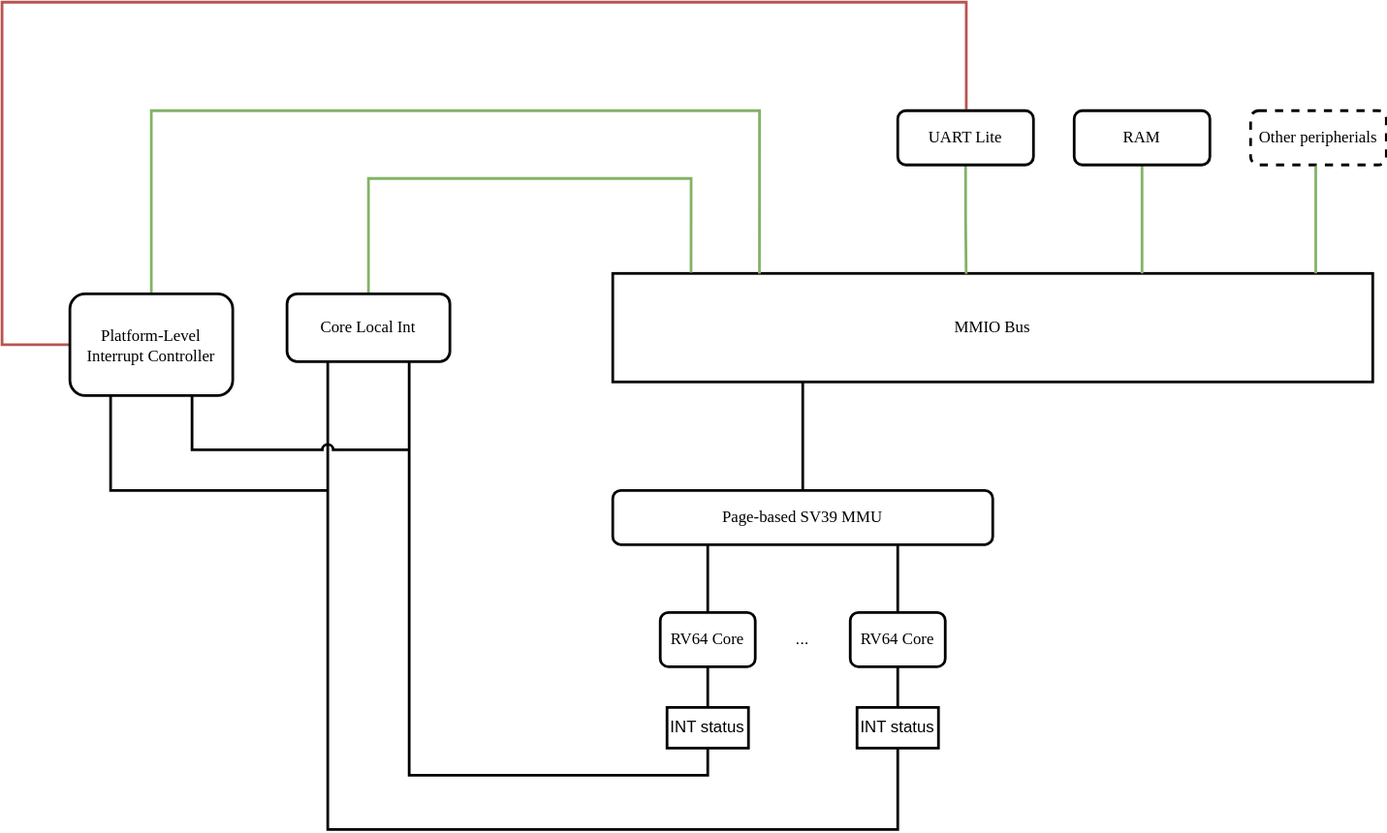
Earlier version of the draw.io export me-emu.svg (DreamChaser-luzeyu/M-EMU). Source tidied: cells renumbered, new cells last; positions are measured from the earlier drawing's top-left corner, leaving out a move shared by most shapes.
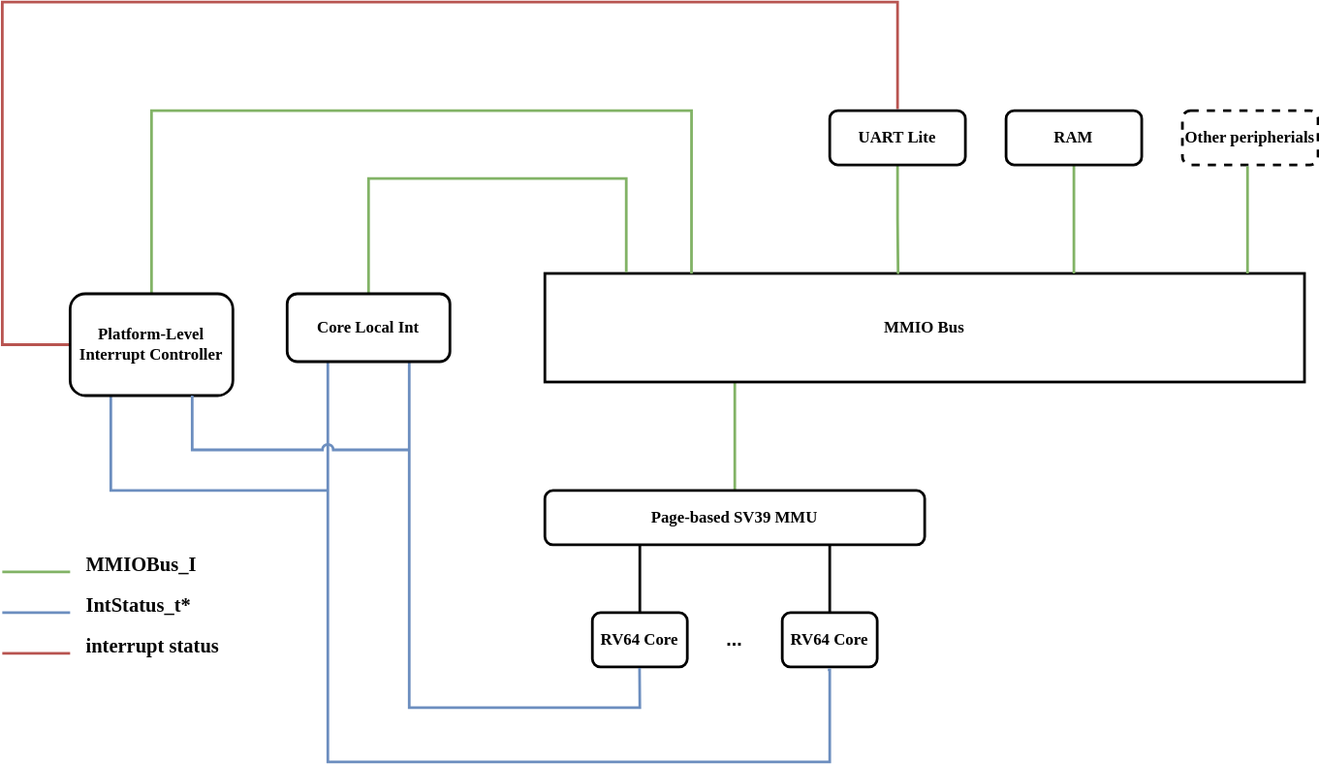
After the commit.

Change to the diagram source:
```diff
@@ -2,104 +2,103 @@
   <root>
     <mxCell id="0" />
     <mxCell id="1" parent="0" />
-    <mxCell id="2" style="edgeStyle=orthogonalEdgeStyle;rounded=0;jettySize=auto;html=1;exitX=0.25;exitY=1;exitDx=0;exitDy=0;endArrow=none;endFill=0;strokeWidth=2;" parent="1" edge="1" source="3" target="4">
+    <mxCell id="2" style="edgeStyle=orthogonalEdgeStyle;rounded=0;jettySize=auto;html=1;exitX=0.25;exitY=1;exitDx=0;exitDy=0;endArrow=none;endFill=0;strokeWidth=2;fillColor=#d5e8d4;strokeColor=#82b366;" parent="1" edge="1" source="3" target="4">
       <mxGeometry relative="1" as="geometry" />
     </mxCell>
-    <mxCell id="3" value="&lt;font face=&quot;Lucida Console&quot;&gt;MMIO Bus&lt;/font&gt;" style="rounded=0;whiteSpace=wrap;html=1;strokeWidth=2;" parent="1" vertex="1">
+    <mxCell id="3" value="&lt;font&gt;MMIO Bus&lt;/font&gt;" style="rounded=0;whiteSpace=wrap;html=1;strokeWidth=2;fontStyle=1;fontFamily=Lucida Console;" parent="1" vertex="1">
       <mxGeometry x="450" y="200" width="560" height="80" as="geometry" />
     </mxCell>
-    <mxCell id="4" value="Page-based SV39 MMU" style="rounded=1;whiteSpace=wrap;html=1;fontFamily=Lucida Console;strokeWidth=2;" parent="1" vertex="1">
+    <mxCell id="4" value="Page-based SV39 MMU" style="rounded=1;whiteSpace=wrap;html=1;fontFamily=Lucida Console;strokeWidth=2;fontStyle=1;" parent="1" vertex="1">
       <mxGeometry x="450" y="360" width="280" height="40" as="geometry" />
     </mxCell>
     <mxCell id="5" style="edgeStyle=orthogonalEdgeStyle;rounded=0;jettySize=auto;html=1;exitX=0.5;exitY=0;exitDx=0;exitDy=0;entryX=0.25;entryY=1;entryDx=0;entryDy=0;endArrow=none;endFill=0;strokeWidth=2;" parent="1" edge="1" source="6" target="4">
       <mxGeometry relative="1" as="geometry" />
     </mxCell>
-    <mxCell id="6" value="RV64 Core" style="rounded=1;whiteSpace=wrap;html=1;fontFamily=Lucida Console;strokeWidth=2;" parent="1" vertex="1">
+    <mxCell id="6" value="&lt;b&gt;RV64 Core&lt;/b&gt;" style="rounded=1;whiteSpace=wrap;html=1;fontFamily=Lucida Console;strokeWidth=2;" parent="1" vertex="1">
       <mxGeometry x="485" y="450" width="70" height="40" as="geometry" />
     </mxCell>
     <mxCell id="7" style="edgeStyle=orthogonalEdgeStyle;rounded=0;jettySize=auto;html=1;exitX=0.5;exitY=0;exitDx=0;exitDy=0;entryX=0.75;entryY=1;entryDx=0;entryDy=0;endArrow=none;endFill=0;strokeWidth=2;" parent="1" edge="1" source="8" target="4">
       <mxGeometry relative="1" as="geometry" />
     </mxCell>
-    <mxCell id="8" value="RV64 Core" style="rounded=1;whiteSpace=wrap;html=1;fontFamily=Lucida Console;strokeWidth=2;" parent="1" vertex="1">
+    <mxCell id="8" value="&lt;b&gt;RV64 Core&lt;/b&gt;" style="rounded=1;whiteSpace=wrap;html=1;fontFamily=Lucida Console;strokeWidth=2;" parent="1" vertex="1">
       <mxGeometry x="625" y="450" width="70" height="40" as="geometry" />
     </mxCell>
-    <mxCell id="9" style="edgeStyle=orthogonalEdgeStyle;rounded=0;jettySize=auto;html=1;exitX=0.5;exitY=0;exitDx=0;exitDy=0;entryX=0.5;entryY=1;entryDx=0;entryDy=0;endArrow=none;endFill=0;strokeWidth=2;" parent="1" edge="1" source="11" target="6">
-      <mxGeometry relative="1" as="geometry" />
-    </mxCell>
-    <mxCell id="10" style="edgeStyle=orthogonalEdgeStyle;rounded=0;jettySize=auto;html=1;exitX=0.5;exitY=1;exitDx=0;exitDy=0;endArrow=none;endFill=0;entryX=0.75;entryY=1;entryDx=0;entryDy=0;jumpStyle=arc;strokeWidth=2;" parent="1" edge="1" source="11" target="17">
-      <mxGeometry relative="1" as="geometry" />
+    <mxCell id="10" style="edgeStyle=orthogonalEdgeStyle;rounded=0;jettySize=auto;html=1;exitX=0.497;exitY=1.019;exitDx=0;exitDy=0;endArrow=none;endFill=0;entryX=0.75;entryY=1;entryDx=0;entryDy=0;jumpStyle=arc;strokeWidth=2;fillColor=#dae8fc;strokeColor=#6c8ebf;exitPerimeter=0;" parent="1" edge="1" source="6" target="17">
+      <mxGeometry relative="1" as="geometry">
+        <Array as="points">
+          <mxPoint x="520" y="493" />
+          <mxPoint x="520" y="493" />
+          <mxPoint x="520" y="520" />
+          <mxPoint x="350" y="520" />
+        </Array>
+      </mxGeometry>
     </mxCell>
-    <mxCell id="11" value="INT status" style="rounded=0;whiteSpace=wrap;html=1;strokeWidth=2;" parent="1" vertex="1">
-      <mxGeometry x="490" y="520" width="60" height="30" as="geometry" />
-    </mxCell>
-    <mxCell id="12" value="..." style="text;html=1;strokeColor=none;fillColor=none;align=center;verticalAlign=middle;whiteSpace=wrap;rounded=0;" parent="1" vertex="1">
+    <mxCell id="12" value="&lt;font style=&quot;font-size: 14px;&quot;&gt;&lt;b&gt;...&lt;/b&gt;&lt;/font&gt;" style="text;html=1;strokeColor=none;fillColor=none;align=center;verticalAlign=middle;whiteSpace=wrap;rounded=0;" parent="1" vertex="1">
       <mxGeometry x="560" y="455" width="60" height="30" as="geometry" />
     </mxCell>
-    <mxCell id="13" style="edgeStyle=orthogonalEdgeStyle;rounded=0;jettySize=auto;html=1;exitX=0.5;exitY=0;exitDx=0;exitDy=0;endArrow=none;endFill=0;strokeWidth=2;" parent="1" edge="1" source="15" target="8">
-      <mxGeometry relative="1" as="geometry" />
-    </mxCell>
-    <mxCell id="14" style="edgeStyle=orthogonalEdgeStyle;rounded=0;jettySize=auto;html=1;exitX=0.5;exitY=1;exitDx=0;exitDy=0;entryX=0.25;entryY=1;entryDx=0;entryDy=0;endArrow=none;endFill=0;jumpStyle=arc;strokeWidth=2;" parent="1" edge="1" source="15" target="17">
+    <mxCell id="14" style="edgeStyle=orthogonalEdgeStyle;rounded=0;jettySize=auto;html=1;exitX=0.48;exitY=1.054;exitDx=0;exitDy=0;entryX=0.25;entryY=1;entryDx=0;entryDy=0;endArrow=none;endFill=0;jumpStyle=arc;strokeWidth=2;fillColor=#dae8fc;strokeColor=#6c8ebf;exitPerimeter=0;" parent="1" edge="1" source="8" target="17">
       <mxGeometry relative="1" as="geometry">
         <Array as="points">
-          <mxPoint x="660" y="610" />
-          <mxPoint x="240" y="610" />
+          <mxPoint x="660" y="492" />
+          <mxPoint x="660" y="560" />
+          <mxPoint x="290" y="560" />
         </Array>
       </mxGeometry>
     </mxCell>
-    <mxCell id="15" value="INT status" style="rounded=0;whiteSpace=wrap;html=1;strokeWidth=2;" parent="1" vertex="1">
-      <mxGeometry x="630" y="520" width="60" height="30" as="geometry" />
-    </mxCell>
-    <mxCell id="16" style="edgeStyle=orthogonalEdgeStyle;rounded=0;jettySize=auto;html=1;exitX=0.5;exitY=0;exitDx=0;exitDy=0;entryX=0.103;entryY=-0.006;entryDx=0;entryDy=0;entryPerimeter=0;endArrow=none;endFill=0;fillColor=#d5e8d4;strokeColor=#82b366;strokeWidth=2;" parent="1" edge="1" source="17" target="3">
+    <mxCell id="16" style="edgeStyle=orthogonalEdgeStyle;rounded=0;jettySize=auto;html=1;exitX=0.5;exitY=0;exitDx=0;exitDy=0;entryX=0.107;entryY=0;entryDx=0;entryDy=0;entryPerimeter=0;endArrow=none;endFill=0;fillColor=#d5e8d4;strokeColor=#82b366;strokeWidth=2;" parent="1" edge="1" source="17" target="3">
       <mxGeometry relative="1" as="geometry">
         <Array as="points">
-          <mxPoint x="270" y="130" />
-          <mxPoint x="508" y="130" />
+          <mxPoint x="320" y="130" />
+          <mxPoint x="510" y="130" />
+          <mxPoint x="510" y="199" />
+          <mxPoint x="510" y="199" />
         </Array>
       </mxGeometry>
     </mxCell>
-    <mxCell id="17" value="Core Local Int" style="rounded=1;whiteSpace=wrap;html=1;fontFamily=Lucida Console;strokeWidth=2;" parent="1" vertex="1">
-      <mxGeometry x="210" y="215" width="120" height="50" as="geometry" />
+    <mxCell id="17" value="Core Local Int" style="rounded=1;whiteSpace=wrap;html=1;fontFamily=Lucida Console;strokeWidth=2;fontStyle=1;" parent="1" vertex="1">
+      <mxGeometry x="260" y="215" width="120" height="50" as="geometry" />
     </mxCell>
     <mxCell id="18" style="edgeStyle=orthogonalEdgeStyle;rounded=0;jettySize=auto;html=1;exitX=0.5;exitY=0;exitDx=0;exitDy=0;entryX=0.193;entryY=0.003;entryDx=0;entryDy=0;entryPerimeter=0;endArrow=none;endFill=0;fillColor=#d5e8d4;strokeColor=#82b366;strokeWidth=2;" parent="1" edge="1" source="21" target="3">
       <mxGeometry relative="1" as="geometry">
         <Array as="points">
-          <mxPoint x="110" y="80" />
+          <mxPoint x="160" y="80" />
           <mxPoint x="558" y="80" />
         </Array>
       </mxGeometry>
     </mxCell>
-    <mxCell id="19" style="edgeStyle=orthogonalEdgeStyle;rounded=0;jettySize=auto;html=1;exitX=0.25;exitY=1;exitDx=0;exitDy=0;endArrow=none;endFill=0;jumpStyle=arc;strokeWidth=2;" parent="1" edge="1" source="21">
+    <mxCell id="19" style="edgeStyle=orthogonalEdgeStyle;rounded=0;jettySize=auto;html=1;exitX=0.25;exitY=1;exitDx=0;exitDy=0;endArrow=none;endFill=0;jumpStyle=arc;strokeWidth=2;fillColor=#dae8fc;strokeColor=#6c8ebf;" parent="1" edge="1" source="21">
       <mxGeometry relative="1" as="geometry">
-        <mxPoint x="240" y="360" as="targetPoint" />
+        <mxPoint x="290" y="360" as="targetPoint" />
         <Array as="points">
-          <mxPoint x="80" y="360" />
-          <mxPoint x="240" y="360" />
+          <mxPoint x="130" y="360" />
+          <mxPoint x="290" y="360" />
         </Array>
       </mxGeometry>
     </mxCell>
     <mxCell id="20" style="edgeStyle=orthogonalEdgeStyle;rounded=0;jettySize=auto;html=1;entryX=0.505;entryY=-0.028;entryDx=0;entryDy=0;entryPerimeter=0;endArrow=none;endFill=0;fillColor=#f8cecc;strokeColor=#b85450;strokeWidth=2;" parent="1" edge="1" source="21" target="23">
       <mxGeometry relative="1" as="geometry">
         <Array as="points">
-          <mxPoint y="253" />
-          <mxPoint />
+          <mxPoint x="50" y="253" />
+          <mxPoint x="50" />
           <mxPoint x="710" />
+          <mxPoint x="710" y="79" />
         </Array>
       </mxGeometry>
     </mxCell>
-    <mxCell id="21" value="Platform-Level Interrupt Controller" style="rounded=1;whiteSpace=wrap;html=1;fontFamily=Lucida Console;strokeWidth=2;" parent="1" vertex="1">
-      <mxGeometry x="50" y="215" width="120" height="75" as="geometry" />
+    <mxCell id="21" value="Platform-Level Interrupt Controller" style="rounded=1;whiteSpace=wrap;html=1;fontFamily=Lucida Console;strokeWidth=2;fontStyle=1;" parent="1" vertex="1">
+      <mxGeometry x="100" y="215" width="120" height="75" as="geometry" />
     </mxCell>
     <mxCell id="22" style="edgeStyle=orthogonalEdgeStyle;rounded=0;jettySize=auto;html=1;exitX=0.5;exitY=1;exitDx=0;exitDy=0;entryX=0.465;entryY=0.004;entryDx=0;entryDy=0;entryPerimeter=0;endArrow=none;endFill=0;fillColor=#d5e8d4;strokeColor=#82b366;strokeWidth=2;" parent="1" edge="1" source="23" target="3">
       <mxGeometry relative="1" as="geometry" />
     </mxCell>
-    <mxCell id="23" value="UART Lite" style="rounded=1;whiteSpace=wrap;html=1;fontFamily=Lucida Console;strokeWidth=2;" parent="1" vertex="1">
+    <mxCell id="23" value="UART Lite" style="rounded=1;whiteSpace=wrap;html=1;fontFamily=Lucida Console;strokeWidth=2;fontStyle=1;" parent="1" vertex="1">
       <mxGeometry x="660" y="80" width="100" height="40" as="geometry" />
     </mxCell>
-    <mxCell id="24" style="edgeStyle=orthogonalEdgeStyle;rounded=0;jettySize=auto;html=1;exitX=0.75;exitY=1;exitDx=0;exitDy=0;endArrow=none;endFill=0;jumpStyle=arc;strokeWidth=2;" parent="1" edge="1" source="21">
+    <mxCell id="24" style="edgeStyle=orthogonalEdgeStyle;rounded=0;jettySize=auto;html=1;exitX=0.75;exitY=1;exitDx=0;exitDy=0;endArrow=none;endFill=0;jumpStyle=arc;strokeWidth=2;fillColor=#dae8fc;strokeColor=#6c8ebf;" parent="1" edge="1" source="21">
       <mxGeometry relative="1" as="geometry">
-        <mxPoint x="300" y="330" as="targetPoint" />
+        <mxPoint x="350" y="330" as="targetPoint" />
         <Array as="points">
-          <mxPoint x="140" y="330" />
+          <mxPoint x="190" y="330" />
         </Array>
       </mxGeometry>
     </mxCell>
@@ -111,10 +110,10 @@
         </Array>
       </mxGeometry>
     </mxCell>
-    <mxCell id="26" value="RAM" style="rounded=1;whiteSpace=wrap;html=1;fontFamily=Lucida Console;strokeWidth=2;" parent="1" vertex="1">
+    <mxCell id="26" value="RAM" style="rounded=1;whiteSpace=wrap;html=1;fontFamily=Lucida Console;strokeWidth=2;fontStyle=1;" parent="1" vertex="1">
       <mxGeometry x="790" y="80" width="100" height="40" as="geometry" />
     </mxCell>
-    <mxCell id="27" value="Other peripherials" style="rounded=1;whiteSpace=wrap;html=1;fontFamily=Lucida Console;dashed=1;strokeWidth=2;" parent="1" vertex="1">
+    <mxCell id="27" value="Other peripherials" style="rounded=1;whiteSpace=wrap;html=1;fontFamily=Lucida Console;dashed=1;strokeWidth=2;fontStyle=1;" parent="1" vertex="1">
       <mxGeometry x="920" y="80" width="100" height="40" as="geometry" />
     </mxCell>
     <mxCell id="28" style="edgeStyle=orthogonalEdgeStyle;rounded=0;jettySize=auto;html=1;endArrow=none;endFill=0;fillColor=#d5e8d4;strokeColor=#82b366;exitX=0.48;exitY=1.025;exitDx=0;exitDy=0;exitPerimeter=0;strokeWidth=2;" parent="1" edge="1" source="27">
@@ -125,5 +124,32 @@
         </Array>
       </mxGeometry>
     </mxCell>
+    <mxCell id="29" style="endArrow=none;html=1;rounded=0;fillColor=#d5e8d4;strokeColor=#82b366;strokeWidth=2;" parent="1" edge="1">
+      <mxGeometry relative="1" as="geometry">
+        <mxPoint x="50" y="420" as="sourcePoint" />
+        <mxPoint x="100" y="420" as="targetPoint" />
+      </mxGeometry>
+    </mxCell>
+    <mxCell id="30" value="&lt;div style=&quot;background-color: rgb(255, 255, 255); color: rgb(8, 8, 8); font-size: 11pt;&quot;&gt;MMIOBus_I&lt;/div&gt;" style="text;html=1;strokeColor=none;fillColor=none;align=left;verticalAlign=middle;whiteSpace=wrap;rounded=0;fontStyle=1;fontFamily=Lucida Console;" parent="1" vertex="1">
+      <mxGeometry x="110" y="400" width="90" height="30" as="geometry" />
+    </mxCell>
+    <mxCell id="31" style="endArrow=none;html=1;rounded=0;fillColor=#f8cecc;strokeColor=#b85450;strokeWidth=2;" parent="1" edge="1">
+      <mxGeometry relative="1" as="geometry">
+        <mxPoint x="50" y="480" as="sourcePoint" />
+        <mxPoint x="100" y="480" as="targetPoint" />
+      </mxGeometry>
+    </mxCell>
+    <mxCell id="32" value="&lt;div style=&quot;background-color: rgb(255, 255, 255); color: rgb(8, 8, 8); font-size: 11pt;&quot;&gt;interrupt status&lt;/div&gt;" style="text;html=1;strokeColor=none;fillColor=none;align=left;verticalAlign=middle;whiteSpace=wrap;rounded=0;fontStyle=1;fontFamily=Lucida Console;" parent="1" vertex="1">
+      <mxGeometry x="110" y="460" width="150" height="30" as="geometry" />
+    </mxCell>
+    <mxCell id="33" style="endArrow=none;html=1;rounded=0;fillColor=#dae8fc;strokeColor=#6c8ebf;strokeWidth=2;" parent="1" edge="1">
+      <mxGeometry relative="1" as="geometry">
+        <mxPoint x="50" y="450" as="sourcePoint" />
+        <mxPoint x="100" y="450" as="targetPoint" />
+      </mxGeometry>
+    </mxCell>
+    <mxCell id="34" value="&lt;div style=&quot;background-color: rgb(255, 255, 255); color: rgb(8, 8, 8); font-size: 11pt;&quot;&gt;IntStatus_t*&lt;/div&gt;" style="text;html=1;strokeColor=none;fillColor=none;align=left;verticalAlign=middle;whiteSpace=wrap;rounded=0;fontStyle=1;fontFamily=Lucida Console;" parent="1" vertex="1">
+      <mxGeometry x="110" y="430" width="120" height="30" as="geometry" />
+    </mxCell>
   </root>
 </mxGraphModel>
```
